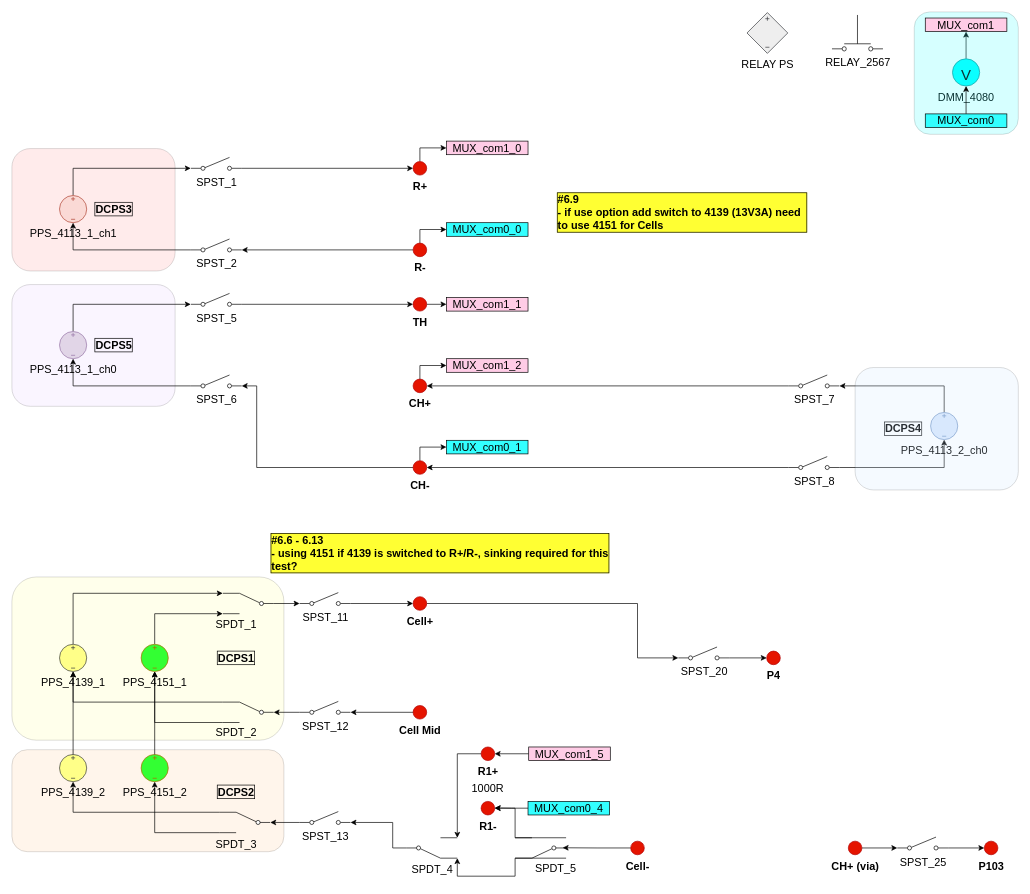
The draw.io diagram BMS_device_B_6p9.drawio in ktlim-xy/draw-io, before the edit. Source tidied: cells renumbered, new cells numbered last; positions are measured from the earlier drawing's top-left corner, leaving out a move shared by most shapes. Both pictures are drawn from the tidied source at 68%, with x=0, y=0 at pixel (12, 12).
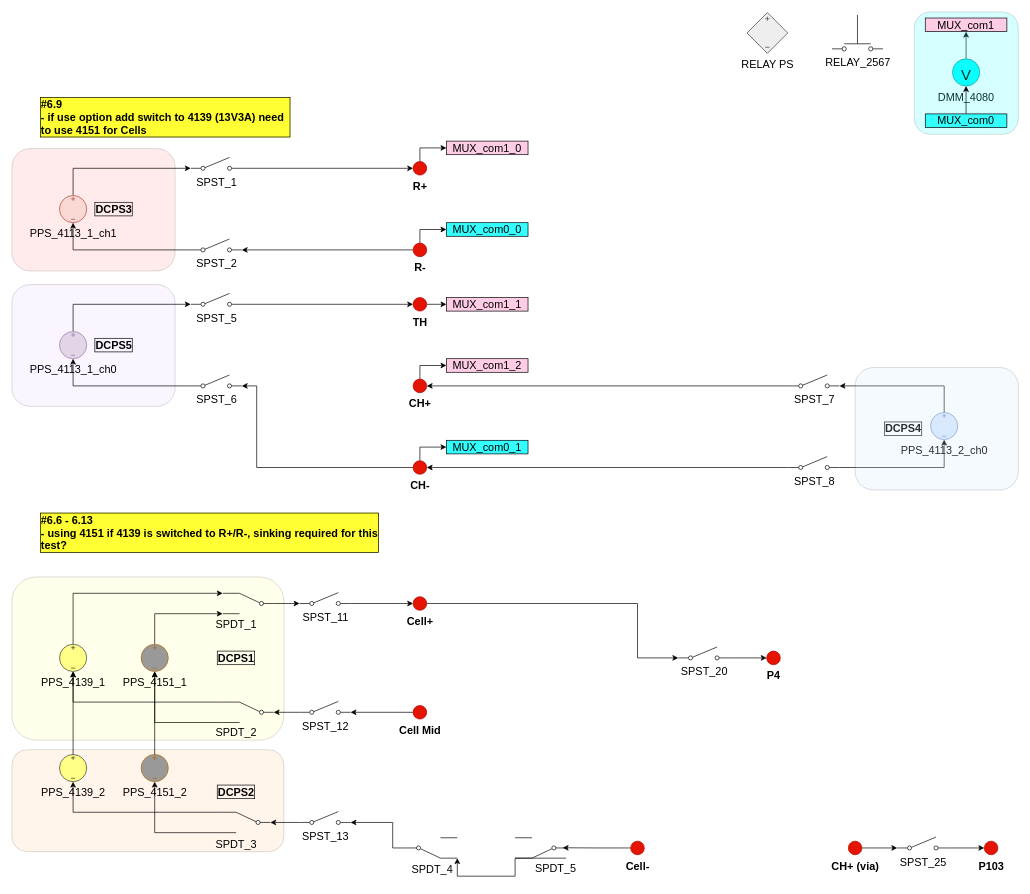
The same page after the edit.

The change refers to these unchanged cells:
```xml
<mxCell id="77" value="SPDT_4" style="verticalLabelPosition=bottom;shadow=0;dashed=0;align=center;html=1;verticalAlign=top;shape=mxgraph.electrical.electro-mechanical.twoWayContact2;elSwitchState=2;rotation=0;fontSize=16;" parent="1" vertex="1">
  <mxGeometry x="580" y="1214.5" width="75" height="30" as="geometry" />
</mxCell>
<mxCell id="80" style="verticalLabelPosition=bottom;shadow=0;dashed=0;align=center;html=1;verticalAlign=top;shape=mxgraph.electrical.electro-mechanical.twoWayContact2;elSwitchState=2;rotation=-90;flipH=0;legacyAnchorPoints=0;flipV=1;direction=south;fontSize=16;" parent="1" vertex="1">
  <mxGeometry x="762.5" y="1192" width="30" height="75" as="geometry" />
</mxCell>
```

The edit, as a diff of the source:
```diff
@@
-    <mxCell id="60" value="PPS_4151_1" style="verticalLabelPosition=bottom;shadow=0;dashed=0;align=center;html=1;verticalAlign=top;shape=mxgraph.electrical.signal_sources.source;points=[[0.5,0,0],[1,0.5,0],[0.5,1,0],[0,0.5,0]];elSignalType=dc3;rotation=0;fillColor=#33FF33;strokeColor=#b46504;fontSize=16;" parent="1" vertex="1">
+    <mxCell id="60" value="PPS_4151_1" style="verticalLabelPosition=bottom;shadow=0;dashed=0;align=center;html=1;verticalAlign=top;shape=mxgraph.electrical.signal_sources.source;points=[[0.5,0,0],[1,0.5,0],[0.5,1,0],[0,0.5,0]];elSignalType=dc3;rotation=0;fillColor=#999999;strokeColor=#b46504;fontSize=16;" parent="1" vertex="1">
       <mxGeometry x="190" y="930" width="40" height="40" as="geometry" />
     </mxCell>
@@
-    <mxCell id="62" value="PPS_4151_2" style="verticalLabelPosition=bottom;shadow=0;dashed=0;align=center;html=1;verticalAlign=top;shape=mxgraph.electrical.signal_sources.source;points=[[0.5,0,0],[1,0.5,0],[0.5,1,0],[0,0.5,0]];elSignalType=dc3;rotation=0;fillColor=#33FF33;strokeColor=#b46504;fontSize=16;" parent="1" vertex="1">
+    <mxCell id="62" value="PPS_4151_2" style="verticalLabelPosition=bottom;shadow=0;dashed=0;align=center;html=1;verticalAlign=top;shape=mxgraph.electrical.signal_sources.source;points=[[0.5,0,0],[1,0.5,0],[0.5,1,0],[0,0.5,0]];elSignalType=dc3;rotation=0;fillColor=#999999;strokeColor=#b46504;fontSize=16;" parent="1" vertex="1">
       <mxGeometry x="190" y="1092" width="40" height="40" as="geometry" />
     </mxCell>
@@
-    <mxCell id="73" style="edgeStyle=orthogonalEdgeStyle;rounded=0;jettySize=auto;html=1;exitX=0;exitY=0.5;exitDx=0;exitDy=0;entryX=1;entryY=0;entryDx=0;entryDy=0;" parent="1" edge="1" source="74" target="77">
-      <mxGeometry relative="1" as="geometry" />
-    </mxCell>
-    <mxCell id="74" value="R1+" style="verticalLabelPosition=bottom;shadow=0;dashed=0;align=center;html=1;verticalAlign=top;strokeWidth=1;shape=ellipse;perimeter=ellipsePerimeter;fillColor=#e51400;fontColor=light-dark(#000000,#FF0000);strokeColor=#B20000;fontSize=16;fontStyle=1;" parent="1" vertex="1">
-      <mxGeometry x="690" y="1081" width="20" height="20" as="geometry" />
-    </mxCell>
-    <mxCell id="75" value="R1-" style="verticalLabelPosition=bottom;shadow=0;dashed=0;align=center;html=1;verticalAlign=top;strokeWidth=1;shape=ellipse;perimeter=ellipsePerimeter;fillColor=#e51400;fontColor=light-dark(#000000,#FF0000);strokeColor=#B20000;fontSize=16;fontStyle=1;" parent="1" vertex="1">
-      <mxGeometry x="690" y="1161" width="20" height="20" as="geometry" />
-    </mxCell>
@@
-    <mxCell id="79" style="edgeStyle=orthogonalEdgeStyle;rounded=0;jettySize=auto;html=1;exitX=1;exitY=0;exitDx=0;exitDy=0;entryX=1;entryY=0.5;entryDx=0;entryDy=0;" parent="1" edge="1" source="80" target="75">
-      <mxGeometry relative="1" as="geometry">
-        <Array as="points">
-          <mxPoint x="740" y="1171" />
-        </Array>
-      </mxGeometry>
-    </mxCell>
@@
-    <mxCell id="91" style="edgeStyle=orthogonalEdgeStyle;rounded=0;jettySize=auto;html=1;exitX=0;exitY=0.5;exitDx=0;exitDy=0;entryX=1;entryY=0.5;entryDx=0;entryDy=0;" parent="1" edge="1" source="92" target="74">
-      <mxGeometry relative="1" as="geometry" />
-    </mxCell>
-    <mxCell id="92" value="MUX_com1_5" style="rounded=0;whiteSpace=wrap;html=1;fillColor=#FFCCE6;fontSize=16;" parent="1" vertex="1">
-      <mxGeometry x="760" y="1081" width="120" height="20" as="geometry" />
-    </mxCell>
-    <mxCell id="93" style="edgeStyle=orthogonalEdgeStyle;rounded=0;jettySize=auto;html=1;exitX=0;exitY=0.5;exitDx=0;exitDy=0;" parent="1" edge="1" source="94">
-      <mxGeometry relative="1" as="geometry">
-        <mxPoint x="710" y="1170.7" as="targetPoint" />
-      </mxGeometry>
-    </mxCell>
-    <mxCell id="94" value="MUX_com0_4" style="rounded=0;whiteSpace=wrap;html=1;fillColor=#33FFFF;fontSize=16;" parent="1" vertex="1">
-      <mxGeometry x="759" y="1161" width="120" height="20" as="geometry" />
-    </mxCell>
@@
-    <mxCell id="106" value="1000R" style="text;html=1;whiteSpace=wrap;strokeColor=none;fillColor=none;align=center;verticalAlign=middle;rounded=0;fontSize=16;" parent="1" vertex="1">
-      <mxGeometry x="670" y="1126" width="60" height="30" as="geometry" />
-    </mxCell>
@@
     <mxCell id="111" value="#6.9&lt;div&gt;- if use option add switch to 4139 (13V3A) need to use 4151 for Cells&lt;/div&gt;" style="text;html=1;whiteSpace=wrap;strokeColor=none;fillColor=none;align=left;verticalAlign=middle;rounded=0;fontStyle=1;fontColor=#000000;fontSize=16;labelBorderColor=default;labelBackgroundColor=#FFFF33;" parent="1" vertex="1">
-      <mxGeometry x="800" y="280" width="370" height="30" as="geometry" />
+      <mxGeometry x="40" y="140" width="370" height="30" as="geometry" />
     </mxCell>
     <mxCell id="112" value="#6.6 - 6.13&amp;nbsp;&lt;div&gt;- using 4151 if 4139 is switched to R+/R-, sinking required for this test?&lt;/div&gt;" style="text;html=1;whiteSpace=wrap;strokeColor=none;fillColor=none;align=left;verticalAlign=middle;rounded=0;fontStyle=1;fontColor=#000000;fontSize=16;labelBorderColor=default;labelBackgroundColor=#FFFF33;" parent="1" vertex="1">
-      <mxGeometry x="379" y="781" width="500" height="30" as="geometry" />
+      <mxGeometry x="40" y="751" width="500" height="30" as="geometry" />
     </mxCell>
```
